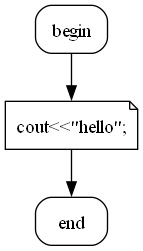
khoibut/algorithm-visualizer keeps this Graphviz diagram as public/images/code.png. Above is the earlier version. Its source is kept beside it as controller/code.dot.
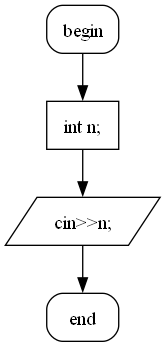
The same diagram one commit later.

What changed in the source:
```diff
@@ -2,7 +2,9 @@
 graph [splines=polyline];
 D0 [shape=box, style=rounded, label="begin"];
 {rank = sink; D1 [shape=box, style=rounded, label="end"];}
-D4 [shape=note, label="cout<<\"hello\";"];
-D4 -> D1;
+D4 [shape=box, label="int n;"];
+D6 [shape=parallelogram, label="cin>>n;"];
+D4 -> D6;
+D6 -> D1;
 D0 -> D4;
 }
```
